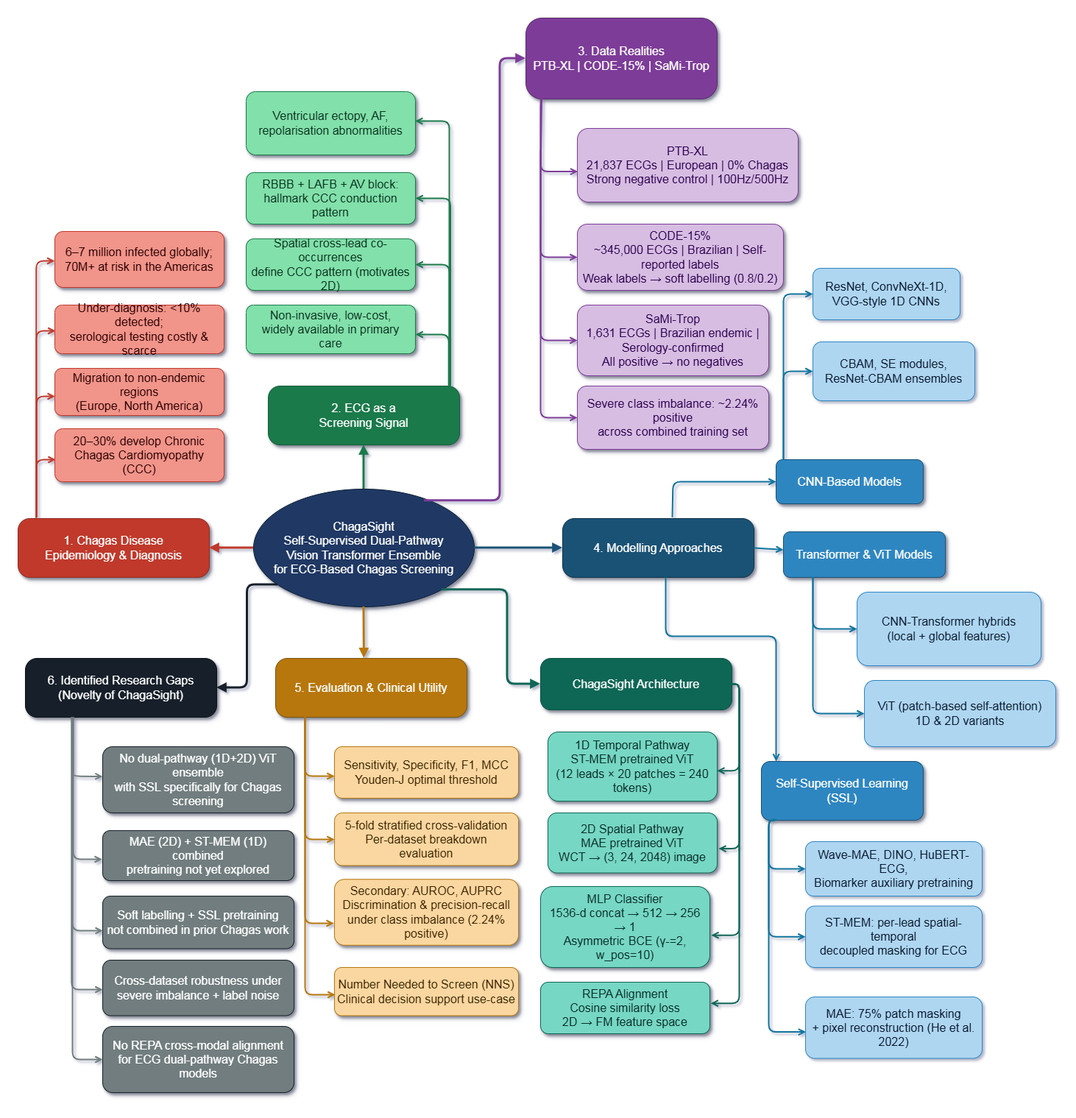
SanuthMandepa/ChagaSight keeps this draw.io diagram as Final Diagrams/ChagaSight_ConceptMap_final.drawio.png. Above is the earlier version. Source tidied: cells renumbered, new cells last; positions are measured from the earlier drawing's top-left corner, leaving out a move shared by most shapes.
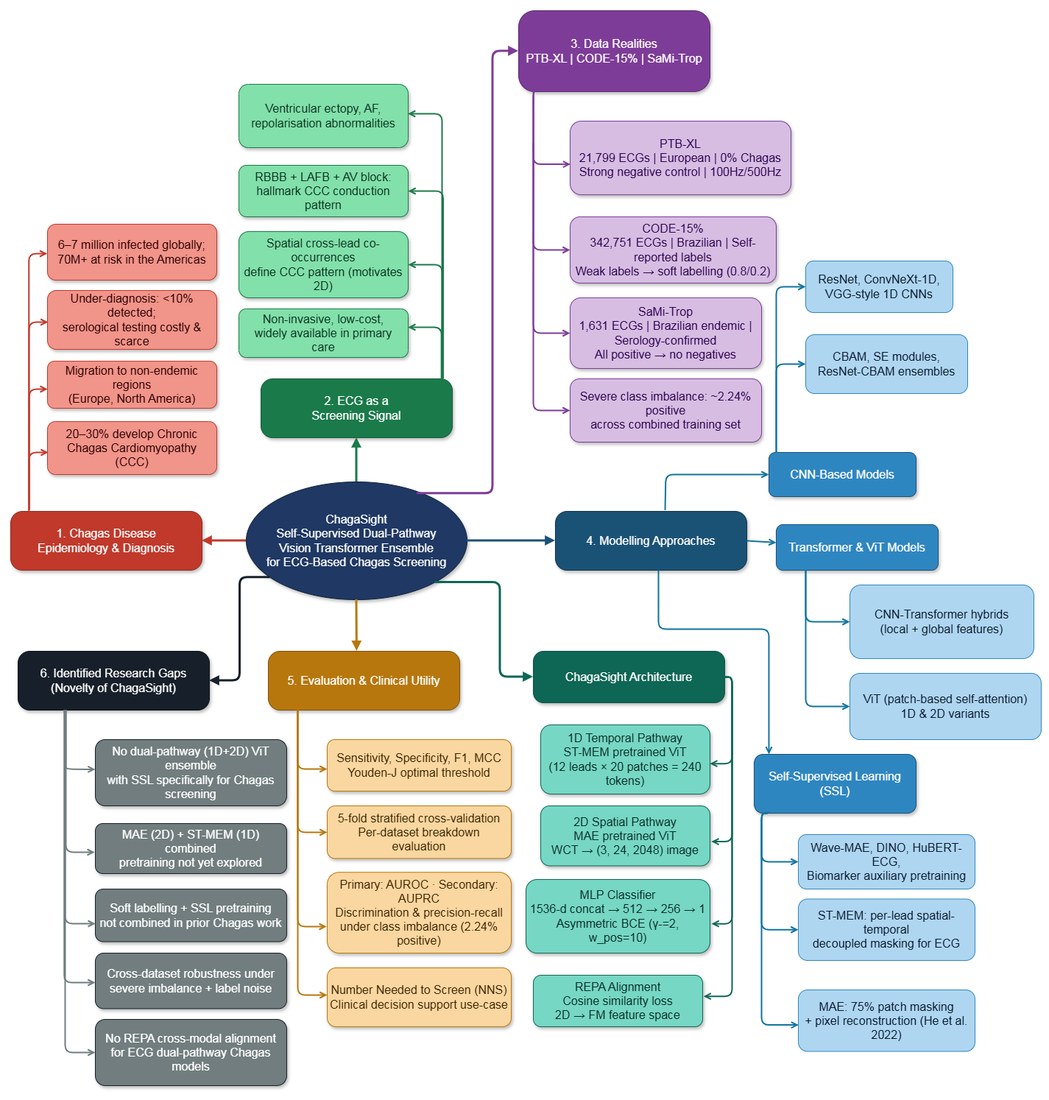
The same file after the commit.

What changed in the source:
```diff
@@ -15,7 +15,7 @@
       <mxGeometry x="50" y="558" width="230" height="72" as="geometry" />
     </mxCell>
     <mxCell id="6" value="Under-diagnosis: &amp;lt;10% detected;&lt;br&gt;serological testing costly &amp;amp; scarce" style="rounded=1;whiteSpace=wrap;html=1;fillColor=#F1948A;strokeColor=#C0392B;fontColor=#2C0000;fontSize=16;align=center;arcSize=15;shadow=1;spacingTop=5;spacingLeft=3;spacingBottom=5;spacingRight=3;fontStyle=0;" parent="1" vertex="1">
-      <mxGeometry x="50" y="390" width="230" height="66" as="geometry" />
+      <mxGeometry x="50" y="380" width="230" height="80" as="geometry" />
     </mxCell>
     <mxCell id="7" value="Migration to non-endemic regions&lt;br&gt;(Europe, North America)" style="rounded=1;whiteSpace=wrap;html=1;fillColor=#F1948A;strokeColor=#C0392B;fontColor=#2C0000;fontSize=16;align=center;arcSize=15;shadow=1;spacingTop=5;spacingLeft=3;spacingBottom=5;spacingRight=3;fontStyle=0;" parent="1" vertex="1">
       <mxGeometry x="50" y="476" width="230" height="64" as="geometry" />
@@ -40,7 +40,7 @@
     <mxCell id="11" style="strokeColor=#C0392B;strokeWidth=2;startArrow=none;endArrow=open;endFill=0;edgeStyle=elbowEdgeStyle;elbow=vertical;exitX=0.096;exitY=-0.021;exitDx=0;exitDy=0;exitPerimeter=0;entryX=0.004;entryY=0.533;entryDx=0;entryDy=0;entryPerimeter=0;fontSize=16;spacingTop=5;spacingLeft=3;spacingBottom=5;spacingRight=3;fontStyle=0;" parent="1" edge="1" source="3" target="6">
       <mxGeometry relative="1" as="geometry">
         <Array as="points">
-          <mxPoint x="40" y="425" />
+          <mxPoint x="40" y="423" />
         </Array>
       </mxGeometry>
     </mxCell>
@@ -61,10 +61,10 @@
       <mxGeometry x="310" y="100" width="230" height="86" as="geometry" />
     </mxCell>
     <mxCell id="16" value="Non-invasive, low-cost,&lt;br&gt;widely available in primary care" style="rounded=1;whiteSpace=wrap;html=1;fillColor=#82E0AA;strokeColor=#1A7A4A;fontColor=#0A3320;fontSize=16;align=center;arcSize=15;shadow=1;spacingTop=5;spacingLeft=3;spacingBottom=5;spacingRight=3;fontStyle=0;" parent="1" vertex="1">
-      <mxGeometry x="310" y="390" width="230" height="66" as="geometry" />
+      <mxGeometry x="310" y="405" width="230" height="66" as="geometry" />
     </mxCell>
     <mxCell id="17" value="Spatial cross-lead co-occurrences&lt;br&gt;define CCC pattern (motivates 2D)" style="rounded=1;whiteSpace=wrap;html=1;fillColor=#82E0AA;strokeColor=#1A7A4A;fontColor=#0A3320;fontSize=16;align=center;arcSize=15;shadow=1;spacingTop=5;spacingLeft=3;spacingBottom=5;spacingRight=3;fontStyle=0;" parent="1" vertex="1">
-      <mxGeometry x="310" y="300" width="230" height="70" as="geometry" />
+      <mxGeometry x="310" y="300" width="230" height="90" as="geometry" />
     </mxCell>
     <mxCell id="18" style="exitX=0.5;exitY=0;exitDx=0;exitDy=0;strokeColor=#1A7A4A;strokeWidth=3;startArrow=none;endArrow=block;endFill=1;entryX=0.5;entryY=1;entryDx=0;entryDy=0;fontSize=16;spacingTop=5;spacingLeft=3;spacingBottom=5;spacingRight=3;fontStyle=0;" parent="1" edge="1" source="2" target="13">
       <mxGeometry relative="1" as="geometry" />
@@ -83,7 +83,7 @@
         </Array>
       </mxGeometry>
     </mxCell>
-    <mxCell id="21" style="strokeColor=#1A7A4A;strokeWidth=2;startArrow=none;endArrow=open;endFill=0;exitX=0.943;exitY=0.005;exitDx=0;exitDy=0;exitPerimeter=0;edgeStyle=elbowEdgeStyle;elbow=vertical;fontSize=16;spacingTop=5;spacingLeft=3;spacingBottom=5;spacingRight=3;fontStyle=0;" parent="1" edge="1" source="13" target="16">
+    <mxCell id="21" style="strokeColor=#1A7A4A;strokeWidth=2;startArrow=none;endArrow=open;endFill=0;exitX=0.943;exitY=0.005;exitDx=0;exitDy=0;exitPerimeter=0;edgeStyle=elbowEdgeStyle;elbow=vertical;fontSize=16;spacingTop=5;spacingLeft=3;spacingBottom=5;spacingRight=3;fontStyle=0;entryX=0.999;entryY=0.392;entryDx=0;entryDy=0;entryPerimeter=0;" parent="1" edge="1" source="13" target="16">
       <mxGeometry relative="1" as="geometry">
         <Array as="points">
           <mxPoint x="570" y="430" />
@@ -93,17 +93,17 @@
     <mxCell id="22" style="strokeColor=#1A7A4A;strokeWidth=2;startArrow=none;endArrow=open;endFill=0;exitX=0.946;exitY=-0.001;exitDx=0;exitDy=0;exitPerimeter=0;edgeStyle=elbowEdgeStyle;elbow=vertical;entryX=1;entryY=0.5;entryDx=0;entryDy=0;fontSize=16;spacingTop=5;spacingLeft=3;spacingBottom=5;spacingRight=3;fontStyle=0;" parent="1" edge="1" source="13" target="17">
       <mxGeometry relative="1" as="geometry">
         <Array as="points">
-          <mxPoint x="570" y="335" />
+          <mxPoint x="570" y="345" />
         </Array>
       </mxGeometry>
     </mxCell>
     <mxCell id="23" value="&lt;span&gt;3. Data Realities&lt;br&gt;PTB-XL | CODE-15% | SaMi-Trop&lt;/span&gt;" style="rounded=1;whiteSpace=wrap;html=1;fillColor=#7D3C98;strokeColor=#5B2C6F;fontColor=#FFFFFF;fontSize=16;fontStyle=0;align=center;arcSize=20;shadow=1;spacingTop=5;spacingLeft=3;spacingBottom=5;spacingRight=3;" parent="1" vertex="1">
       <mxGeometry x="690" width="260" height="110" as="geometry" />
     </mxCell>
-    <mxCell id="24" value="&lt;span&gt;PTB-XL&lt;/span&gt;&lt;br&gt;21,837 ECGs | European | 0% Chagas&lt;br&gt;Strong negative control | 100Hz/500Hz" style="rounded=1;whiteSpace=wrap;html=1;fillColor=#D7BDE2;strokeColor=#7D3C98;fontColor=#2C0050;fontSize=16;align=center;arcSize=15;shadow=1;spacingTop=5;spacingLeft=3;spacingBottom=5;spacingRight=3;fontStyle=0;" parent="1" vertex="1">
+    <mxCell id="24" value="&lt;span&gt;PTB-XL&lt;/span&gt;&lt;br&gt;21,799 ECGs | European | 0% Chagas&lt;br&gt;Strong negative control | 100Hz/500Hz" style="rounded=1;whiteSpace=wrap;html=1;fillColor=#D7BDE2;strokeColor=#7D3C98;fontColor=#2C0050;fontSize=16;align=center;arcSize=15;shadow=1;spacingTop=5;spacingLeft=3;spacingBottom=5;spacingRight=3;fontStyle=0;" parent="1" vertex="1">
       <mxGeometry x="760" y="150" width="300" height="100" as="geometry" />
     </mxCell>
-    <mxCell id="25" value="&lt;span&gt;CODE-15%&lt;/span&gt;&lt;br&gt;~345,000 ECGs | Brazilian | Self-reported labels&lt;br&gt;Weak labels → soft labelling (0.8/0.2)" style="rounded=1;whiteSpace=wrap;html=1;fillColor=#D7BDE2;strokeColor=#7D3C98;fontColor=#2C0050;fontSize=16;align=center;arcSize=15;shadow=1;spacingTop=5;spacingLeft=3;spacingBottom=5;spacingRight=3;fontStyle=0;" parent="1" vertex="1">
+    <mxCell id="25" value="&lt;span&gt;CODE-15%&lt;/span&gt;&lt;br&gt;342,751 ECGs | Brazilian | Self-reported labels&lt;br&gt;Weak labels → soft labelling (0.8/0.2)" style="rounded=1;whiteSpace=wrap;html=1;fillColor=#D7BDE2;strokeColor=#7D3C98;fontColor=#2C0050;fontSize=16;align=center;arcSize=15;shadow=1;spacingTop=5;spacingLeft=3;spacingBottom=5;spacingRight=3;fontStyle=0;" parent="1" vertex="1">
       <mxGeometry x="760" y="280" width="280" height="90" as="geometry" />
     </mxCell>
     <mxCell id="26" value="&lt;span&gt;SaMi-Trop&lt;/span&gt;&lt;br&gt;1,631 ECGs | Brazilian endemic | Serology-confirmed&lt;br&gt;All positive → no negatives" style="rounded=1;whiteSpace=wrap;html=1;fillColor=#D7BDE2;strokeColor=#7D3C98;fontColor=#2C0050;fontSize=16;align=center;arcSize=15;shadow=1;spacingTop=5;spacingLeft=3;spacingBottom=5;spacingRight=3;fontStyle=0;" parent="1" vertex="1">
@@ -160,7 +160,7 @@
       <mxGeometry x="1040" y="698" width="220" height="62" as="geometry" />
     </mxCell>
     <mxCell id="38" value="ViT (patch-based self-attention)&lt;br&gt;1D &amp;amp; 2D variants" style="rounded=1;whiteSpace=wrap;html=1;fillColor=#AED6F1;strokeColor=#2E86C1;fontColor=#0A1A30;fontSize=16;align=center;arcSize=15;spacingTop=5;spacingLeft=3;spacingBottom=5;spacingRight=3;fontStyle=0;" parent="1" vertex="1">
-      <mxGeometry x="1150" y="900" width="260" height="90" as="geometry" />
+      <mxGeometry x="1140" y="900" width="260" height="90" as="geometry" />
     </mxCell>
     <mxCell id="39" value="CNN-Transformer hybrids&lt;br&gt;(local + global features)" style="rounded=1;whiteSpace=wrap;html=1;fillColor=#AED6F1;strokeColor=#2E86C1;fontColor=#0A1A30;fontSize=16;align=center;arcSize=15;spacingTop=5;spacingLeft=3;spacingBottom=5;spacingRight=3;fontStyle=0;" parent="1" vertex="1">
       <mxGeometry x="1140" y="780" width="250" height="100" as="geometry" />
@@ -250,14 +250,14 @@
     <mxCell id="55" value="&lt;span&gt;5. Evaluation &amp;amp; Clinical Utility&lt;/span&gt;" style="rounded=1;whiteSpace=wrap;html=1;fillColor=#B7770D;strokeColor=#7D5309;fontColor=#FFFFFF;fontSize=16;fontStyle=0;align=center;arcSize=20;shadow=1;spacingTop=5;spacingLeft=3;spacingBottom=5;spacingRight=3;" parent="1" vertex="1">
       <mxGeometry x="350" y="870" width="260" height="80" as="geometry" />
     </mxCell>
-    <mxCell id="56" value="&lt;span&gt;Secondary: AUROC, AUPRC&lt;/span&gt;&lt;br&gt;Discrimination &amp;amp; precision-recall&lt;br&gt;under class imbalance (2.24% positive)" style="rounded=1;whiteSpace=wrap;html=1;fillColor=#FAD7A0;strokeColor=#B7770D;fontColor=#3D2300;fontSize=16;align=center;arcSize=15;shadow=1;spacingTop=5;spacingLeft=3;spacingBottom=5;spacingRight=3;fontStyle=0;" parent="1" vertex="1">
-      <mxGeometry x="430" y="1170.2" width="250" height="89.5" as="geometry" />
+    <mxCell id="56" value="&lt;span&gt;Primary: AUROC · Secondary: AUPRC&lt;/span&gt;&lt;br&gt;Discrimination &amp;amp; precision-recall&lt;br&gt;under class imbalance (2.24% positive)" style="rounded=1;whiteSpace=wrap;html=1;fillColor=#FAD7A0;strokeColor=#B7770D;fontColor=#3D2300;fontSize=16;align=center;arcSize=15;shadow=1;spacingTop=5;spacingLeft=3;spacingBottom=5;spacingRight=3;fontStyle=0;" parent="1" vertex="1">
+      <mxGeometry x="430" y="1170.2" width="250" height="109.8" as="geometry" />
     </mxCell>
     <mxCell id="57" value="Sensitivity, Specificity, F1, MCC&lt;br&gt;Youden-J optimal threshold" style="rounded=1;whiteSpace=wrap;html=1;fillColor=#FAD7A0;strokeColor=#B7770D;fontColor=#3D2300;fontSize=16;align=center;arcSize=15;shadow=1;spacingTop=5;spacingLeft=3;spacingBottom=5;spacingRight=3;fontStyle=0;" parent="1" vertex="1">
       <mxGeometry x="430" y="990" width="250" height="70" as="geometry" />
     </mxCell>
     <mxCell id="58" value="Number Needed to Screen (NNS)&lt;br&gt;Clinical decision support use-case" style="rounded=1;whiteSpace=wrap;html=1;fillColor=#FAD7A0;strokeColor=#B7770D;fontColor=#3D2300;fontSize=16;align=center;arcSize=15;shadow=1;spacingTop=5;spacingLeft=3;spacingBottom=5;spacingRight=3;fontStyle=0;" parent="1" vertex="1">
-      <mxGeometry x="430" y="1290" width="250" height="65.5" as="geometry" />
+      <mxGeometry x="430" y="1300" width="250" height="80" as="geometry" />
     </mxCell>
     <mxCell id="59" value="5-fold stratified cross-validation&lt;br&gt;Per-dataset breakdown evaluation" style="rounded=1;whiteSpace=wrap;html=1;fillColor=#FAD7A0;strokeColor=#B7770D;fontColor=#3D2300;fontSize=16;align=center;arcSize=15;shadow=1;spacingTop=5;spacingLeft=3;spacingBottom=5;spacingRight=3;fontStyle=0;" parent="1" vertex="1">
       <mxGeometry x="430" y="1080" width="250" height="71.5" as="geometry" />
@@ -269,7 +269,7 @@
       <mxGeometry relative="1" as="geometry">
         <mxPoint x="390" y="950" as="sourcePoint" />
         <Array as="points">
-          <mxPoint x="400" y="1230" />
+          <mxPoint x="410" y="1244" />
         </Array>
       </mxGeometry>
     </mxCell>
@@ -280,11 +280,11 @@
         </Array>
       </mxGeometry>
     </mxCell>
-    <mxCell id="63" style="strokeColor=#B7770D;strokeWidth=2;startArrow=none;endArrow=open;endFill=0;edgeStyle=elbowEdgeStyle;elbow=vertical;fontSize=16;spacingTop=5;spacingLeft=3;spacingBottom=5;spacingRight=3;fontStyle=0;entryX=0.004;entryY=0.558;entryDx=0;entryDy=0;entryPerimeter=0;" parent="1" edge="1" target="58">
+    <mxCell id="63" style="strokeColor=#B7770D;strokeWidth=2;startArrow=none;endArrow=open;endFill=0;edgeStyle=elbowEdgeStyle;elbow=vertical;fontSize=16;spacingTop=5;spacingLeft=3;spacingBottom=5;spacingRight=3;fontStyle=0;entryX=0;entryY=0.455;entryDx=0;entryDy=0;entryPerimeter=0;" parent="1" edge="1" target="58">
       <mxGeometry relative="1" as="geometry">
         <mxPoint x="390" y="950" as="sourcePoint" />
         <Array as="points">
-          <mxPoint x="410" y="1327" />
+          <mxPoint x="410" y="1337" />
         </Array>
       </mxGeometry>
     </mxCell>
@@ -369,7 +369,7 @@
       <mxGeometry x="710" y="1310" width="230" height="70" as="geometry" />
     </mxCell>
     <mxCell id="81" value="&lt;span&gt;MLP Classifier&lt;/span&gt;&lt;br&gt;1536-d concat → 512 → 256 → 1&lt;br&gt;Asymmetric BCE (γ-=2, w_pos=10)" style="rounded=1;whiteSpace=wrap;html=1;fillColor=#76D7C4;strokeColor=#0E6655;fontColor=#0A2E28;fontSize=16;align=center;arcSize=15;shadow=1;spacingTop=5;spacingLeft=3;spacingBottom=5;spacingRight=3;fontStyle=0;" parent="1" vertex="1">
-      <mxGeometry x="710" y="1180" width="230" height="110" as="geometry" />
+      <mxGeometry x="700" y="1180" width="250" height="100" as="geometry" />
     </mxCell>
     <mxCell id="82" style="edgeStyle=orthogonalEdgeStyle;exitX=1;exitY=1;exitDx=0;exitDy=0;entryX=0;entryY=0.5;entryDx=0;entryDy=0;strokeColor=#0E6655;strokeWidth=3;startArrow=none;endArrow=block;endFill=1;fontSize=16;spacingTop=5;spacingLeft=3;spacingBottom=5;spacingRight=3;fontStyle=0;" parent="1" edge="1" source="2" target="77">
       <mxGeometry relative="1" as="geometry" />
```
